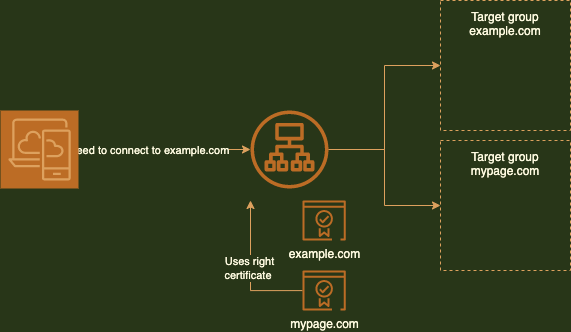
Above: SNI-SSL.png in diemonch/aws (draw.io), before the change. Source tidied: cells renumbered, new cells last; positions are measured from the earlier drawing's top-left corner, leaving out a move shared by most shapes. The source it was exported from:
```xml
<mxGraphModel background="#283618">
  <root>
    <mxCell id="0" />
    <mxCell id="1" parent="0" />
    <mxCell id="2" style="edgeStyle=orthogonalEdgeStyle;rounded=0;jettySize=auto;html=1;labelBackgroundColor=#283618;strokeColor=#DDA15E;fontColor=#FEFAE0;" parent="1" edge="1" source="4" target="5">
      <mxGeometry relative="1" as="geometry" />
    </mxCell>
    <mxCell id="3" style="edgeStyle=orthogonalEdgeStyle;rounded=0;jettySize=auto;html=1;labelBackgroundColor=#283618;strokeColor=#DDA15E;fontColor=#FEFAE0;" parent="1" edge="1" source="4" target="6">
      <mxGeometry relative="1" as="geometry" />
    </mxCell>
    <mxCell id="4" style="sketch=0;outlineConnect=0;fontColor=#FEFAE0;fillColor=#BC6C25;strokeColor=none;dashed=0;verticalLabelPosition=bottom;verticalAlign=top;align=center;html=1;fontSize=12;fontStyle=0;shape=mxgraph.aws4.application_load_balancer;" parent="1" vertex="1">
      <mxGeometry x="250" y="110" width="78" height="78" as="geometry" />
    </mxCell>
    <mxCell id="5" value="Target group&lt;br&gt;example.com" style="outlineConnect=0;html=1;whiteSpace=wrap;fontSize=12;fontStyle=0;strokeColor=#DDA15E;fillColor=none;verticalAlign=top;align=center;fontColor=#FEFAE0;dashed=1;spacingTop=3;" parent="1" vertex="1">
      <mxGeometry x="440" width="130" height="130" as="geometry" />
    </mxCell>
    <mxCell id="6" value="Target group&lt;br&gt;mypage.com" style="outlineConnect=0;html=1;whiteSpace=wrap;fontSize=12;fontStyle=0;strokeColor=#DDA15E;fillColor=none;verticalAlign=top;align=center;fontColor=#FEFAE0;dashed=1;spacingTop=3;" parent="1" vertex="1">
      <mxGeometry x="440" y="140" width="130" height="130" as="geometry" />
    </mxCell>
    <mxCell id="7" value="example.com" style="sketch=0;fontColor=#FEFAE0;fillColor=#BC6C25;strokeColor=none;dashed=0;verticalLabelPosition=bottom;verticalAlign=top;align=center;html=1;fontSize=12;fontStyle=0;shape=mxgraph.aws4.certificate_manager_2;" parent="1" vertex="1">
      <mxGeometry x="302" y="200" width="43.3" height="40" as="geometry" />
    </mxCell>
    <mxCell id="8" style="edgeStyle=orthogonalEdgeStyle;rounded=0;jettySize=auto;html=1;labelBackgroundColor=#283618;strokeColor=#DDA15E;fontColor=#FEFAE0;" parent="1" edge="1" source="10">
      <mxGeometry relative="1" as="geometry">
        <mxPoint x="250" y="200" as="targetPoint" />
      </mxGeometry>
    </mxCell>
    <mxCell id="9" value="Uses right&lt;br&gt;certificate&amp;nbsp;" style="edgeLabel;html=1;align=center;verticalAlign=middle;labelBackgroundColor=#283618;fontColor=#FEFAE0;" parent="8" vertex="1">
      <mxGeometry x="0.05" y="2" relative="1" as="geometry" />
    </mxCell>
    <mxCell id="10" value="mypage.com" style="sketch=0;outlineConnect=0;fontColor=#FEFAE0;fillColor=#BC6C25;strokeColor=none;dashed=0;verticalLabelPosition=bottom;verticalAlign=top;align=center;html=1;fontSize=12;fontStyle=0;shape=mxgraph.aws4.certificate_manager_2;" parent="1" vertex="1">
      <mxGeometry x="302" y="270" width="43.3" height="40" as="geometry" />
    </mxCell>
    <mxCell id="11" style="edgeStyle=orthogonalEdgeStyle;rounded=0;jettySize=auto;html=1;labelBackgroundColor=#283618;strokeColor=#DDA15E;fontColor=#FEFAE0;" parent="1" edge="1" source="13" target="4">
      <mxGeometry relative="1" as="geometry" />
    </mxCell>
    <mxCell id="12" value="&lt;span style=&quot;white-space: pre;&quot;&gt;&#9;&lt;/span&gt;&lt;span style=&quot;white-space: pre;&quot;&gt;&#9;&lt;/span&gt;Need to connect to example.com" style="edgeLabel;html=1;align=center;verticalAlign=middle;labelBackgroundColor=#283618;fontColor=#FEFAE0;" parent="11" vertex="1">
      <mxGeometry x="-0.48" y="1" relative="1" as="geometry">
        <mxPoint y="1" as="offset" />
      </mxGeometry>
    </mxCell>
    <mxCell id="13" style="sketch=0;points=[[0,0,0],[0.25,0,0],[0.5,0,0],[0.75,0,0],[1,0,0],[0,1,0],[0.25,1,0],[0.5,1,0],[0.75,1,0],[1,1,0],[0,0.25,0],[0,0.5,0],[0,0.75,0],[1,0.25,0],[1,0.5,0],[1,0.75,0]];outlineConnect=0;fontColor=#FEFAE0;gradientDirection=north;fillColor=#BC6C25;strokeColor=#DDA15E;dashed=0;verticalLabelPosition=bottom;verticalAlign=top;align=center;html=1;fontSize=12;fontStyle=0;shape=mxgraph.aws4.resourceIcon;resIcon=mxgraph.aws4.desktop_and_app_streaming;" parent="1" vertex="1">
      <mxGeometry y="110" width="78" height="78" as="geometry" />
    </mxCell>
  </root>
</mxGraphModel>
```
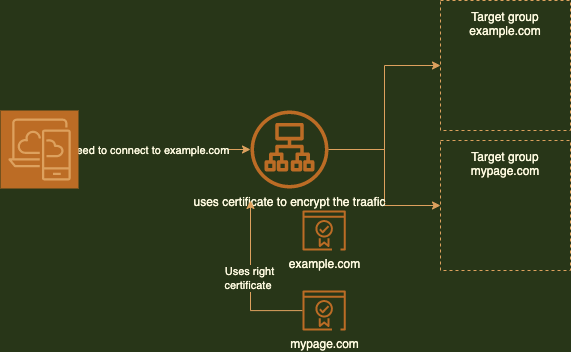
The same diagram one commit later.

Change to the diagram source:
```diff
@@ -8,7 +8,7 @@
     <mxCell id="3" style="edgeStyle=orthogonalEdgeStyle;rounded=0;jettySize=auto;html=1;labelBackgroundColor=#283618;strokeColor=#DDA15E;fontColor=#FEFAE0;" parent="1" edge="1" source="4" target="6">
       <mxGeometry relative="1" as="geometry" />
     </mxCell>
-    <mxCell id="4" style="sketch=0;outlineConnect=0;fontColor=#FEFAE0;fillColor=#BC6C25;strokeColor=none;dashed=0;verticalLabelPosition=bottom;verticalAlign=top;align=center;html=1;fontSize=12;fontStyle=0;shape=mxgraph.aws4.application_load_balancer;" parent="1" vertex="1">
+    <mxCell id="4" value="uses certificate to encrypt the traafic" style="sketch=0;outlineConnect=0;fontColor=#FEFAE0;fillColor=#BC6C25;strokeColor=none;dashed=0;verticalLabelPosition=bottom;verticalAlign=top;align=center;html=1;fontSize=12;fontStyle=0;shape=mxgraph.aws4.application_load_balancer;" parent="1" vertex="1">
       <mxGeometry x="250" y="110" width="78" height="78" as="geometry" />
     </mxCell>
     <mxCell id="5" value="Target group&lt;br&gt;example.com" style="outlineConnect=0;html=1;whiteSpace=wrap;fontSize=12;fontStyle=0;strokeColor=#DDA15E;fillColor=none;verticalAlign=top;align=center;fontColor=#FEFAE0;dashed=1;spacingTop=3;" parent="1" vertex="1">
@@ -18,7 +18,7 @@
       <mxGeometry x="440" y="140" width="130" height="130" as="geometry" />
     </mxCell>
     <mxCell id="7" value="example.com" style="sketch=0;fontColor=#FEFAE0;fillColor=#BC6C25;strokeColor=none;dashed=0;verticalLabelPosition=bottom;verticalAlign=top;align=center;html=1;fontSize=12;fontStyle=0;shape=mxgraph.aws4.certificate_manager_2;" parent="1" vertex="1">
-      <mxGeometry x="302" y="200" width="43.3" height="40" as="geometry" />
+      <mxGeometry x="302" y="210" width="43.3" height="40" as="geometry" />
     </mxCell>
     <mxCell id="8" style="edgeStyle=orthogonalEdgeStyle;rounded=0;jettySize=auto;html=1;labelBackgroundColor=#283618;strokeColor=#DDA15E;fontColor=#FEFAE0;" parent="1" edge="1" source="10">
       <mxGeometry relative="1" as="geometry">
@@ -29,7 +29,7 @@
       <mxGeometry x="0.05" y="2" relative="1" as="geometry" />
     </mxCell>
     <mxCell id="10" value="mypage.com" style="sketch=0;outlineConnect=0;fontColor=#FEFAE0;fillColor=#BC6C25;strokeColor=none;dashed=0;verticalLabelPosition=bottom;verticalAlign=top;align=center;html=1;fontSize=12;fontStyle=0;shape=mxgraph.aws4.certificate_manager_2;" parent="1" vertex="1">
-      <mxGeometry x="302" y="270" width="43.3" height="40" as="geometry" />
+      <mxGeometry x="302" y="290" width="43.3" height="40" as="geometry" />
     </mxCell>
     <mxCell id="11" style="edgeStyle=orthogonalEdgeStyle;rounded=0;jettySize=auto;html=1;labelBackgroundColor=#283618;strokeColor=#DDA15E;fontColor=#FEFAE0;" parent="1" edge="1" source="13" target="4">
       <mxGeometry relative="1" as="geometry" />
```
